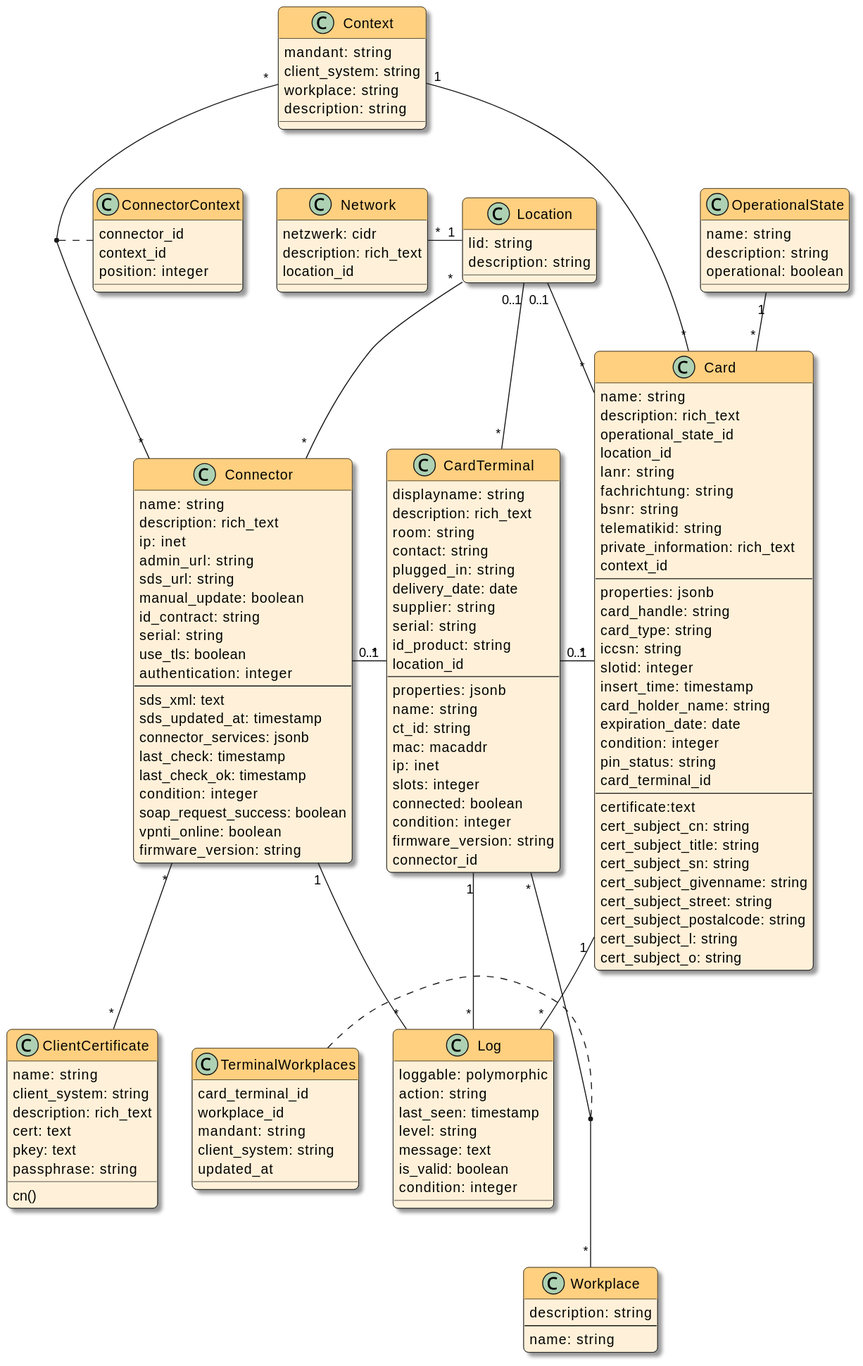
Before: docs/devnotes/_images/models.svg, a diagram exported from PlantUML (swobspace/cocard).
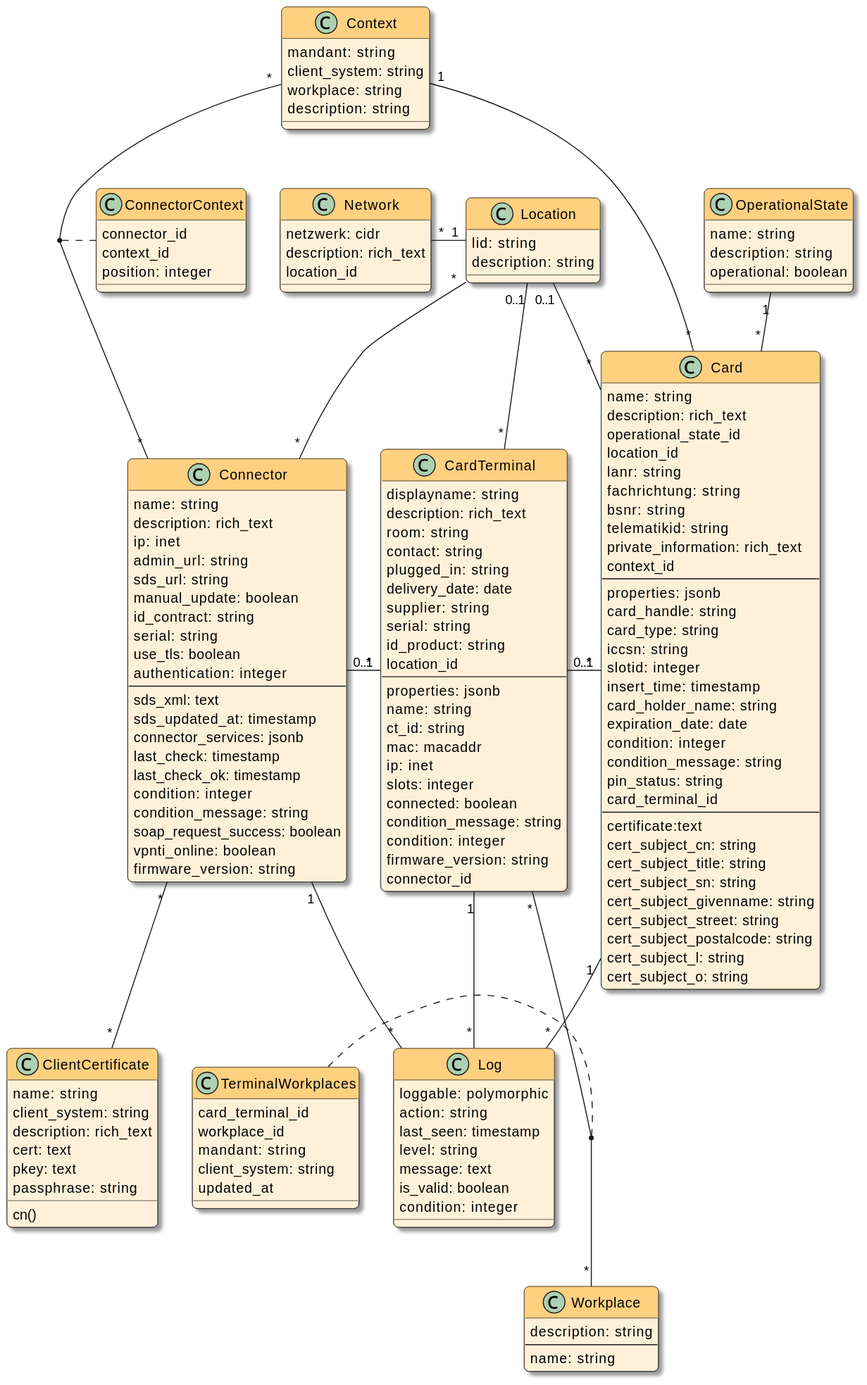
Later version of the same file.

Change to the diagram source:
```diff
@@ -21,6 +21,7 @@
   last_check: timestamp
   last_check_ok: timestamp
   condition: integer
+  condition_message: string
   soap_request_success: boolean
   vpnti_online: boolean
   firmware_version: string
@@ -45,6 +46,7 @@
   ip: inet
   slots: integer
   connected: boolean
+  condition_message: string
   condition: integer
   firmware_version: string
   connector_id
@@ -89,6 +91,7 @@
   card_holder_name: string
   expiration_date: date
   condition: integer
+  condition_message: string
   pin_status: string
   card_terminal_id
   --
```
